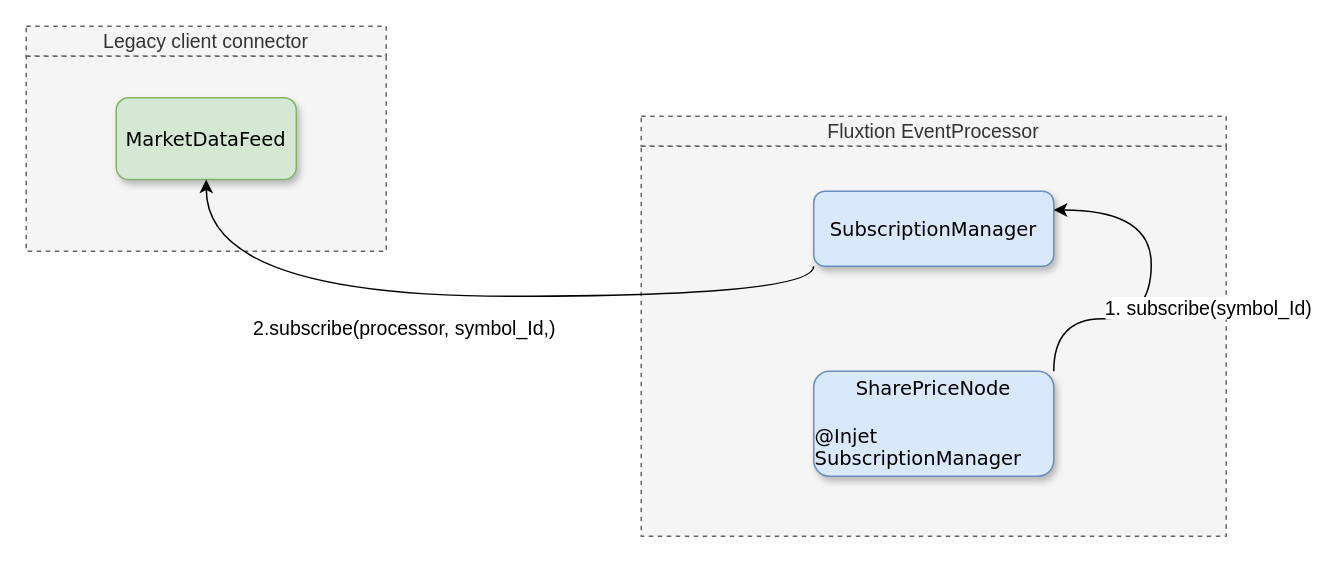
Above: page "subscibe_to_symbol" (2 of 3) of docs/images/draw.io/subscription.drawio in v12technology/fluxtion (draw.io), before the change. Source tidied: cells renumbered, new cells numbered last; positions are measured from the earlier drawing's top-left corner, leaving out a move shared by most shapes. Both pictures are drawn from the tidied source at 150%, with x=0, y=0 at pixel (26, 26).
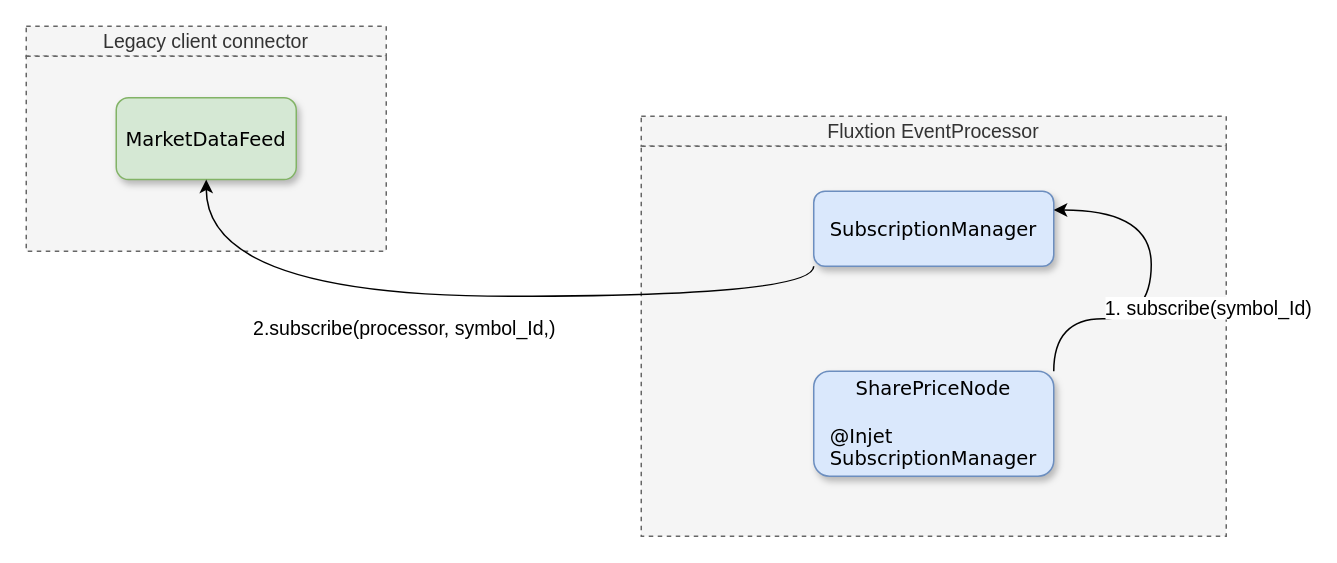
The same diagram, later.

Change to the diagram source:
```diff
@@
 <mxGraphModel>
   <root>
     <mxCell id="0" />
     <mxCell id="1" parent="0" />
     <mxCell id="2" style="group;" parent="1" vertex="1">
       <mxGeometry width="240" height="150" as="geometry" />
     </mxCell>
     <mxCell id="3" value="&lt;font style=&quot;font-size: 13px;&quot;&gt;Legacy client connector&lt;/font&gt;" style="rounded=0;whiteSpace=wrap;html=1;shadow=0;glass=0;dashed=1;fillColor=#f5f5f5;strokeColor=#666666;fontColor=#333333;" parent="2" vertex="1">
       <mxGeometry width="240" height="20" as="geometry" />
     </mxCell>
     <mxCell id="4" style="rounded=0;whiteSpace=wrap;html=1;shadow=0;glass=0;dashed=1;fillColor=#f5f5f5;strokeColor=#666666;fontColor=#333333;" parent="2" vertex="1">
       <mxGeometry y="20" width="240" height="130" as="geometry" />
     </mxCell>
     <mxCell id="5" value="&lt;font style=&quot;font-size: 13px;&quot;&gt;MarketDataFeed&lt;/font&gt;" style="rounded=1;whiteSpace=wrap;html=1;fillColor=#d5e8d4;strokeColor=#82b366;shadow=1;fontFamily=Verdana;" parent="2" vertex="1">
       <mxGeometry x="60" y="47.7" width="120" height="54.5" as="geometry" />
     </mxCell>
     <mxCell id="6" style="group;" parent="1" vertex="1">
       <mxGeometry x="410" y="60" width="390" height="280" as="geometry" />
     </mxCell>
     <mxCell id="7" value="&lt;font style=&quot;font-size: 13px;&quot;&gt;Fluxtion EventProcessor&lt;/font&gt;" style="rounded=0;whiteSpace=wrap;html=1;shadow=0;glass=0;dashed=1;fillColor=#f5f5f5;strokeColor=#666666;fontColor=#333333;" parent="6" vertex="1">
       <mxGeometry width="390" height="20" as="geometry" />
     </mxCell>
     <mxCell id="8" style="rounded=0;whiteSpace=wrap;html=1;shadow=0;glass=0;dashed=1;fillColor=#f5f5f5;strokeColor=#666666;fontColor=#333333;" parent="6" vertex="1">
       <mxGeometry y="20" width="390" height="260" as="geometry" />
     </mxCell>
-    <mxCell id="9" value="&lt;div style=&quot;&quot;&gt;&lt;span style=&quot;font-size: 13px; background-color: initial;&quot;&gt;SharePriceNode&lt;/span&gt;&lt;/div&gt;&lt;div style=&quot;&quot;&gt;&lt;span style=&quot;font-size: 13px; background-color: initial;&quot;&gt;&lt;br&gt;&lt;/span&gt;&lt;/div&gt;&lt;font style=&quot;font-size: 13px;&quot;&gt;&lt;div style=&quot;text-align: left;&quot;&gt;&lt;span style=&quot;background-color: initial;&quot;&gt;@Injet SubscriptionManager&lt;/span&gt;&lt;/div&gt;&lt;/font&gt;" style="rounded=1;whiteSpace=wrap;html=1;fillColor=#dae8fc;strokeColor=#6c8ebf;shadow=1;fontFamily=Verdana;" parent="6" vertex="1">
+    <mxCell id="9" value="&lt;div style=&quot;&quot;&gt;&lt;span style=&quot;font-size: 13px; background-color: initial;&quot;&gt;SharePriceNode&lt;/span&gt;&lt;/div&gt;&lt;div style=&quot;&quot;&gt;&lt;span style=&quot;font-size: 13px; background-color: initial;&quot;&gt;&lt;br&gt;&lt;/span&gt;&lt;/div&gt;&lt;font style=&quot;font-size: 13px;&quot;&gt;&lt;div style=&quot;text-align: left;&quot;&gt;&lt;span style=&quot;background-color: initial;&quot;&gt;@Injet&lt;/span&gt;&lt;/div&gt;&lt;div style=&quot;text-align: left;&quot;&gt;&lt;span style=&quot;background-color: initial;&quot;&gt;SubscriptionManager&lt;/span&gt;&lt;/div&gt;&lt;/font&gt;" style="rounded=1;whiteSpace=wrap;html=1;fillColor=#dae8fc;strokeColor=#6c8ebf;shadow=1;fontFamily=Verdana;" parent="6" vertex="1">
       <mxGeometry x="115" y="170" width="160" height="70" as="geometry" />
     </mxCell>
     <mxCell id="10" value="&lt;font style=&quot;font-size: 13px;&quot;&gt;SubscriptionManager&lt;/font&gt;" style="rounded=1;whiteSpace=wrap;html=1;fillColor=#dae8fc;strokeColor=#6c8ebf;shadow=1;fontFamily=Verdana;" parent="6" vertex="1">
       <mxGeometry x="115" y="50" width="160" height="50" as="geometry" />
     </mxCell>
     <mxCell id="11" style="edgeStyle=orthogonalEdgeStyle;curved=1;rounded=0;jettySize=auto;html=1;exitX=1;exitY=0;exitDx=0;exitDy=0;entryX=1;entryY=0.25;entryDx=0;entryDy=0;" parent="6" edge="1" source="9" target="10">
       <mxGeometry relative="1" as="geometry">
         <Array as="points">
           <mxPoint x="275" y="135" />
           <mxPoint x="340" y="135" />
           <mxPoint x="340" y="63" />
         </Array>
       </mxGeometry>
     </mxCell>
     <mxCell id="12" value="&lt;font style=&quot;font-size: 13px;&quot;&gt;1. subscribe(symbol_Id)&lt;br&gt;&lt;/font&gt;" style="edgeLabel;html=1;align=center;verticalAlign=middle;" parent="11" vertex="1">
       <mxGeometry x="-0.25" y="1" relative="1" as="geometry">
         <mxPoint x="48" y="-7" as="offset" />
       </mxGeometry>
     </mxCell>
     <mxCell id="13" style="edgeStyle=orthogonalEdgeStyle;curved=1;rounded=0;jettySize=auto;html=1;exitX=0;exitY=1;exitDx=0;exitDy=0;" parent="1" edge="1" source="10" target="5">
       <mxGeometry relative="1" as="geometry" />
     </mxCell>
     <mxCell id="14" value="&lt;font style=&quot;font-size: 13px;&quot;&gt;2.subscribe(processor,&amp;nbsp;symbol_Id,)&lt;/font&gt;" style="edgeLabel;html=1;align=center;verticalAlign=middle;" parent="13" vertex="1">
       <mxGeometry x="0.51" y="4" relative="1" as="geometry">
         <mxPoint x="86" y="16" as="offset" />
       </mxGeometry>
     </mxCell>
   </root>
 </mxGraphModel>
```
